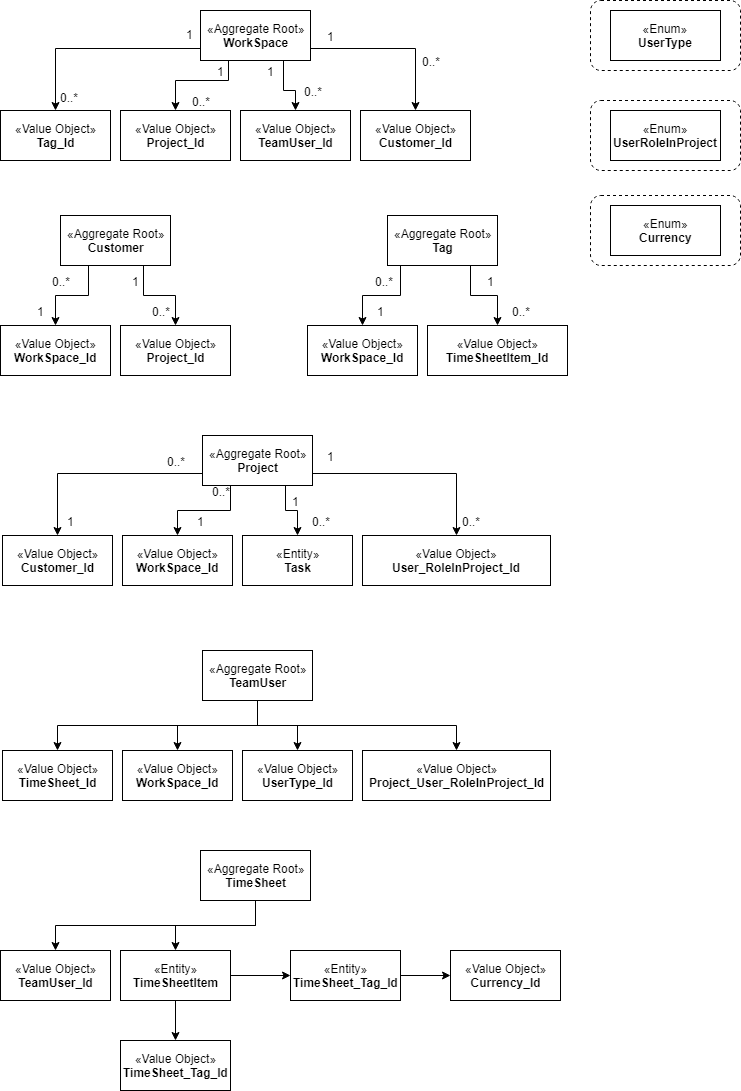
Before: docs/DomainModelByAggregates.png, a diagram exported from draw.io (emidiomorgia/dodder). Source tidied: cells renumbered, new cells last; positions are measured from the earlier drawing's top-left corner, leaving out a move shared by most shapes.
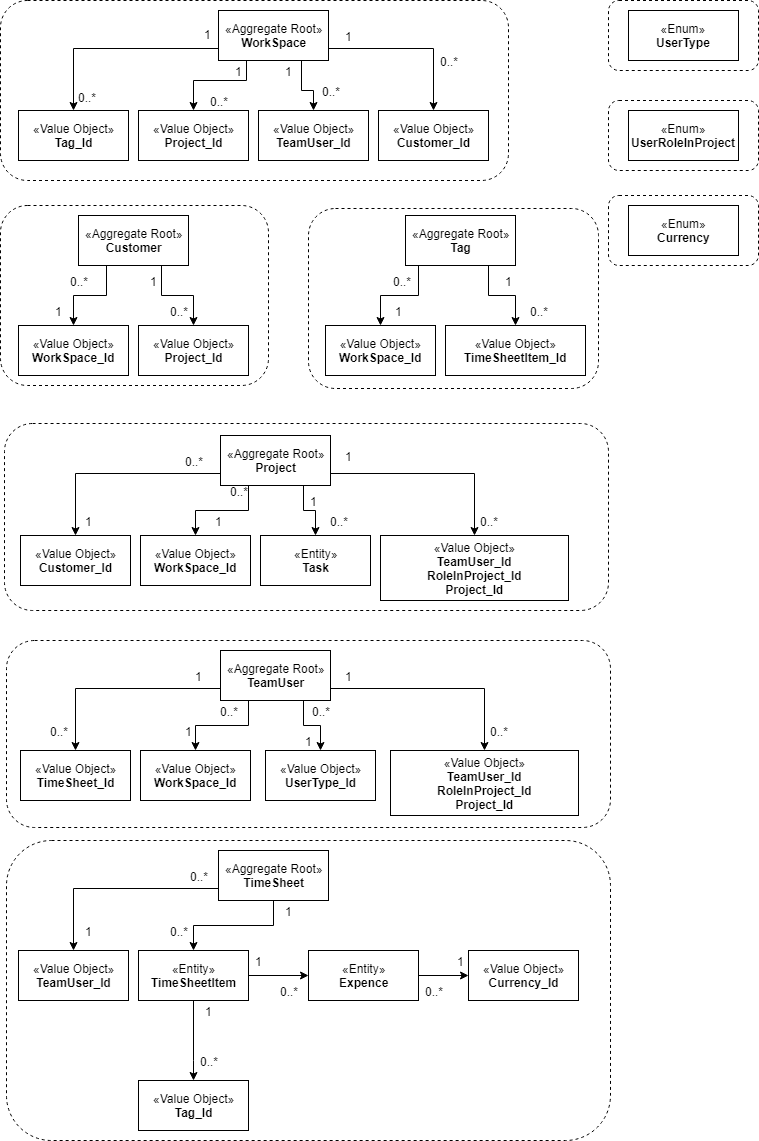
Above is the later version.

Diff of the diagram source:
```diff
@@ -193,8 +193,8 @@
     <mxCell id="44" value="«Value Object»&lt;br&gt;&lt;b&gt;WorkSpace_Id&lt;/b&gt;" style="html=1;" parent="1" vertex="1">
       <mxGeometry x="122" y="535" width="110" height="50" as="geometry" />
     </mxCell>
-    <mxCell id="45" value="«Value Object»&lt;br&gt;&lt;b&gt;User_RoleInProject_Id&lt;/b&gt;" style="html=1;" parent="1" vertex="1">
-      <mxGeometry x="362" y="535" width="188" height="50" as="geometry" />
+    <mxCell id="45" value="«Value Object»&lt;br&gt;&lt;b&gt;TeamUser_Id&lt;br&gt;RoleInProject_Id&lt;br&gt;Project_Id&lt;br&gt;&lt;/b&gt;" style="html=1;" parent="1" vertex="1">
+      <mxGeometry x="362" y="535" width="188" height="65" as="geometry" />
     </mxCell>
     <mxCell id="46" value="«Value Object»&lt;br&gt;&lt;b&gt;Customer_Id&lt;/b&gt;" style="html=1;" parent="1" vertex="1">
       <mxGeometry x="2" y="535" width="110" height="50" as="geometry" />
@@ -205,73 +205,115 @@
     <mxCell id="48" style="rounded=1;whiteSpace=wrap;html=1;fillColor=none;dashed=1;" parent="1" vertex="1">
       <mxGeometry x="590" y="100" width="150" height="70" as="geometry" />
     </mxCell>
-    <mxCell id="49" style="edgeStyle=orthogonalEdgeStyle;rounded=0;jettySize=auto;html=1;exitX=0.5;exitY=1;exitDx=0;exitDy=0;entryX=0.5;entryY=0;entryDx=0;entryDy=0;" parent="1" edge="1" source="53" target="57">
+    <mxCell id="49" style="edgeStyle=orthogonalEdgeStyle;rounded=0;jettySize=auto;html=1;exitX=0;exitY=0.75;exitDx=0;exitDy=0;entryX=0.5;entryY=0;entryDx=0;entryDy=0;" parent="1" edge="1" source="53" target="57">
       <mxGeometry relative="1" as="geometry" />
     </mxCell>
+    <mxCell id="80" value="1" style="text;html=1;align=center;verticalAlign=middle;labelBackgroundColor=#ffffff;" parent="49" vertex="1">
+      <mxGeometry x="-0.73" y="2" relative="1" as="geometry">
+        <mxPoint x="6" y="-15" as="offset" />
+      </mxGeometry>
+    </mxCell>
+    <mxCell id="81" value="0..*" style="text;html=1;align=center;verticalAlign=middle;labelBackgroundColor=#ffffff;" parent="49" vertex="1">
+      <mxGeometry x="0.4" y="16" relative="1" as="geometry">
+        <mxPoint x="-33" y="42" as="offset" />
+      </mxGeometry>
+    </mxCell>
-    <mxCell id="50" style="edgeStyle=orthogonalEdgeStyle;rounded=0;jettySize=auto;html=1;exitX=0.75;exitY=1;exitDx=0;exitDy=0;entryX=0.5;entryY=0;entryDx=0;entryDy=0;" parent="1" edge="1" source="53" target="55">
-      <mxGeometry relative="1" as="geometry">
-        <Array as="points">
-          <mxPoint x="257" y="700" />
-          <mxPoint x="257" y="725" />
-          <mxPoint x="177" y="725" />
-        </Array>
-      </mxGeometry>
+    <mxCell id="50" style="edgeStyle=orthogonalEdgeStyle;rounded=0;jettySize=auto;html=1;exitX=0.25;exitY=1;exitDx=0;exitDy=0;" parent="1" edge="1" source="53" target="55">
+      <mxGeometry relative="1" as="geometry" />
     </mxCell>
+    <mxCell id="82" value="1" style="text;html=1;align=center;verticalAlign=middle;labelBackgroundColor=#ffffff;" parent="50" vertex="1">
+      <mxGeometry x="0.34" y="-2" relative="1" as="geometry">
+        <mxPoint x="-16" y="7" as="offset" />
+      </mxGeometry>
+    </mxCell>
+    <mxCell id="83" value="0..*" style="text;html=1;align=center;verticalAlign=middle;labelBackgroundColor=#ffffff;" parent="50" vertex="1">
+      <mxGeometry x="-0.51" y="-13" relative="1" as="geometry">
+        <mxPoint x="-20" y="-2" as="offset" />
+      </mxGeometry>
+    </mxCell>
-    <mxCell id="51" style="edgeStyle=orthogonalEdgeStyle;rounded=0;jettySize=auto;html=1;exitX=0.5;exitY=1;exitDx=0;exitDy=0;entryX=0.5;entryY=0;entryDx=0;entryDy=0;" parent="1" edge="1" source="53" target="54">
+    <mxCell id="51" style="edgeStyle=orthogonalEdgeStyle;rounded=0;jettySize=auto;html=1;entryX=0.5;entryY=0;entryDx=0;entryDy=0;exitX=0.75;exitY=1;exitDx=0;exitDy=0;" parent="1" edge="1" source="53" target="54">
       <mxGeometry relative="1" as="geometry" />
     </mxCell>
-    <mxCell id="52" style="edgeStyle=orthogonalEdgeStyle;rounded=0;jettySize=auto;html=1;exitX=0.5;exitY=1;exitDx=0;exitDy=0;entryX=0.5;entryY=0;entryDx=0;entryDy=0;" parent="1" edge="1" source="53" target="56">
-      <mxGeometry relative="1" as="geometry" />
-    </mxCell>
+    <mxCell id="84" value="1" style="text;html=1;align=center;verticalAlign=middle;labelBackgroundColor=#ffffff;" parent="51" vertex="1">
+      <mxGeometry x="-0.79" y="-2" relative="1" as="geometry">
+        <mxPoint x="7" y="33" as="offset" />
+      </mxGeometry>
+    </mxCell>
+    <mxCell id="85" value="0..*" style="text;html=1;align=center;verticalAlign=middle;labelBackgroundColor=#ffffff;" parent="51" vertex="1">
+      <mxGeometry x="-0.69" y="2" relative="1" as="geometry">
+        <mxPoint x="15" as="offset" />
+      </mxGeometry>
+    </mxCell>
+    <mxCell id="86" style="edgeStyle=orthogonalEdgeStyle;rounded=0;jettySize=auto;html=1;exitX=1;exitY=0.75;exitDx=0;exitDy=0;entryX=0.5;entryY=0;entryDx=0;entryDy=0;" parent="1" edge="1" source="53" target="93">
+      <mxGeometry relative="1" as="geometry" />
+    </mxCell>
+    <mxCell id="87" value="1" style="text;html=1;align=center;verticalAlign=middle;labelBackgroundColor=#ffffff;" parent="86" vertex="1">
+      <mxGeometry x="-0.67" relative="1" as="geometry">
+        <mxPoint x="-18" y="-13" as="offset" />
+      </mxGeometry>
+    </mxCell>
+    <mxCell id="88" value="0..*" style="text;html=1;align=center;verticalAlign=middle;labelBackgroundColor=#ffffff;" parent="86" vertex="1">
+      <mxGeometry x="0.43" y="-18" relative="1" as="geometry">
+        <mxPoint x="32" y="42" as="offset" />
+      </mxGeometry>
+    </mxCell>
     <mxCell id="53" value="«Aggregate Root»&lt;br&gt;&lt;b&gt;TeamUser&lt;/b&gt;" style="html=1;" parent="1" vertex="1">
       <mxGeometry x="202" y="650" width="110" height="50" as="geometry" />
     </mxCell>
     <mxCell id="54" value="«Value Object»&lt;br&gt;&lt;b&gt;UserType_Id&lt;/b&gt;" style="html=1;" parent="1" vertex="1">
-      <mxGeometry x="242" y="750" width="110" height="50" as="geometry" />
+      <mxGeometry x="247" y="750" width="110" height="50" as="geometry" />
     </mxCell>
     <mxCell id="55" value="«Value Object»&lt;br&gt;&lt;b&gt;WorkSpace_Id&lt;/b&gt;" style="html=1;" parent="1" vertex="1">
       <mxGeometry x="122" y="750" width="110" height="50" as="geometry" />
     </mxCell>
-    <mxCell id="56" value="«Value Object»&lt;br&gt;&lt;b&gt;Project_User_RoleInProject_Id&lt;/b&gt;" style="html=1;" parent="1" vertex="1">
-      <mxGeometry x="362" y="750" width="188" height="50" as="geometry" />
-    </mxCell>
     <mxCell id="57" value="«Value Object»&lt;br&gt;&lt;b&gt;TimeSheet_Id&lt;/b&gt;" style="html=1;" parent="1" vertex="1">
       <mxGeometry x="2" y="750" width="110" height="50" as="geometry" />
     </mxCell>
+    <mxCell id="59" style="edgeStyle=orthogonalEdgeStyle;rounded=0;jettySize=auto;html=1;exitX=0.75;exitY=1;exitDx=0;exitDy=0;entryX=0.5;entryY=0;entryDx=0;entryDy=0;" parent="1" edge="1" source="60" target="63">
+      <mxGeometry relative="1" as="geometry">
+        <Array as="points">
+          <mxPoint x="255" y="900" />
+          <mxPoint x="255" y="925" />
+          <mxPoint x="175" y="925" />
+        </Array>
+      </mxGeometry>
+    </mxCell>
+    <mxCell id="89" value="1" style="text;html=1;align=center;verticalAlign=middle;labelBackgroundColor=#ffffff;" parent="59" vertex="1">
+      <mxGeometry x="0.33" y="-3" relative="1" as="geometry">
+        <mxPoint x="67" y="-12" as="offset" />
+      </mxGeometry>
+    </mxCell>
+    <mxCell id="90" value="0..*" style="text;html=1;align=center;verticalAlign=middle;labelBackgroundColor=#ffffff;" parent="59" vertex="1">
+      <mxGeometry x="0.41" y="2" relative="1" as="geometry">
+        <mxPoint x="-37" y="3" as="offset" />
+      </mxGeometry>
+    </mxCell>
-    <mxCell id="58" style="edgeStyle=orthogonalEdgeStyle;rounded=0;jettySize=auto;html=1;exitX=0.5;exitY=1;exitDx=0;exitDy=0;entryX=0.5;entryY=0;entryDx=0;entryDy=0;" parent="1" edge="1" source="60" target="64">
+    <mxCell id="58" style="edgeStyle=orthogonalEdgeStyle;rounded=0;jettySize=auto;html=1;exitX=0;exitY=0.75;exitDx=0;exitDy=0;entryX=0.5;entryY=0;entryDx=0;entryDy=0;" parent="1" edge="1" source="60" target="64">
       <mxGeometry relative="1" as="geometry" />
     </mxCell>
-    <mxCell id="59" style="edgeStyle=orthogonalEdgeStyle;rounded=0;jettySize=auto;html=1;exitX=0.75;exitY=1;exitDx=0;exitDy=0;entryX=0.5;entryY=0;entryDx=0;entryDy=0;" parent="1" edge="1" source="60" target="63">
-      <mxGeometry relative="1" as="geometry">
-        <Array as="points">
-          <mxPoint x="255" y="900" />
-          <mxPoint x="255" y="925" />
-          <mxPoint x="175" y="925" />
-        </Array>
-      </mxGeometry>
-    </mxCell>
+    <mxCell id="91" value="0..*" style="text;html=1;align=center;verticalAlign=middle;labelBackgroundColor=#ffffff;" parent="58" vertex="1">
+      <mxGeometry x="0.14" relative="1" as="geometry">
+        <mxPoint x="98" y="-13" as="offset" />
+      </mxGeometry>
+    </mxCell>
+    <mxCell id="92" value="1" style="text;html=1;align=center;verticalAlign=middle;labelBackgroundColor=#ffffff;" parent="58" vertex="1">
+      <mxGeometry x="-0.01" y="4" relative="1" as="geometry">
+        <mxPoint x="-28" y="38" as="offset" />
+      </mxGeometry>
+    </mxCell>
     <mxCell id="60" value="«Aggregate Root»&lt;br&gt;&lt;b&gt;TimeSheet&lt;/b&gt;" style="html=1;" parent="1" vertex="1">
       <mxGeometry x="200" y="850" width="110" height="50" as="geometry" />
     </mxCell>
-    <mxCell id="61" style="edgeStyle=orthogonalEdgeStyle;rounded=0;jettySize=auto;html=1;exitX=0.5;exitY=1;exitDx=0;exitDy=0;entryX=0.5;entryY=0;entryDx=0;entryDy=0;" parent="1" edge="1" source="63" target="65">
-      <mxGeometry relative="1" as="geometry" />
-    </mxCell>
-    <mxCell id="62" style="edgeStyle=orthogonalEdgeStyle;rounded=0;jettySize=auto;html=1;exitX=1;exitY=0.5;exitDx=0;exitDy=0;entryX=0;entryY=0.5;entryDx=0;entryDy=0;" parent="1" edge="1" source="63" target="67">
-      <mxGeometry relative="1" as="geometry" />
-    </mxCell>
     <mxCell id="63" value="«Entity»&lt;br&gt;&lt;b&gt;TimeSheetItem&lt;/b&gt;" style="html=1;" parent="1" vertex="1">
       <mxGeometry x="120" y="950" width="110" height="50" as="geometry" />
     </mxCell>
     <mxCell id="64" value="«Value Object»&lt;br&gt;&lt;b&gt;TeamUser_Id&lt;/b&gt;" style="html=1;" parent="1" vertex="1">
       <mxGeometry y="950" width="110" height="50" as="geometry" />
     </mxCell>
-    <mxCell id="65" value="«Value Object»&lt;br&gt;&lt;b&gt;TimeSheet_Tag_Id&lt;/b&gt;" style="html=1;" parent="1" vertex="1">
-      <mxGeometry x="120" y="1040" width="110" height="50" as="geometry" />
+    <mxCell id="65" value="«Value Object»&lt;br&gt;&lt;b&gt;Tag_Id&lt;/b&gt;" style="html=1;" parent="1" vertex="1">
+      <mxGeometry x="120" y="1080" width="110" height="50" as="geometry" />
     </mxCell>
-    <mxCell id="66" style="edgeStyle=orthogonalEdgeStyle;rounded=0;jettySize=auto;html=1;exitX=1;exitY=0.5;exitDx=0;exitDy=0;entryX=0;entryY=0.5;entryDx=0;entryDy=0;" parent="1" edge="1" source="67" target="68">
-      <mxGeometry relative="1" as="geometry" />
-    </mxCell>
-    <mxCell id="67" value="«Entity»&lt;br&gt;&lt;b&gt;TimeSheet_Tag_Id&lt;/b&gt;" style="html=1;" parent="1" vertex="1">
+    <mxCell id="67" value="«Entity»&lt;br&gt;&lt;b&gt;Expence&lt;/b&gt;" style="html=1;" parent="1" vertex="1">
       <mxGeometry x="290" y="950" width="110" height="50" as="geometry" />
     </mxCell>
     <mxCell id="68" value="«Value Object»&lt;br&gt;&lt;b&gt;Currency_Id&lt;/b&gt;" style="html=1;" parent="1" vertex="1">
@@ -331,5 +373,70 @@
         <mxPoint x="-15" y="11" as="offset" />
       </mxGeometry>
     </mxCell>
+    <mxCell id="93" value="«Value Object»&lt;br&gt;&lt;b&gt;TeamUser_Id&lt;br&gt;RoleInProject_Id&lt;br&gt;Project_Id&lt;br&gt;&lt;/b&gt;" style="html=1;" parent="1" vertex="1">
+      <mxGeometry x="372" y="750" width="188" height="65" as="geometry" />
+    </mxCell>
+    <mxCell id="61" style="edgeStyle=orthogonalEdgeStyle;rounded=0;jettySize=auto;html=1;exitX=0.5;exitY=1;exitDx=0;exitDy=0;entryX=0.5;entryY=0;entryDx=0;entryDy=0;" parent="1" edge="1" source="63" target="65">
+      <mxGeometry relative="1" as="geometry">
+        <Array as="points">
+          <mxPoint x="175" y="1060" />
+          <mxPoint x="175" y="1060" />
+        </Array>
+      </mxGeometry>
+    </mxCell>
+    <mxCell id="94" value="1" style="text;html=1;align=center;verticalAlign=middle;labelBackgroundColor=#ffffff;" parent="61" vertex="1">
+      <mxGeometry x="0.33" y="-3" relative="1" as="geometry">
+        <mxPoint x="18" y="-43" as="offset" />
+      </mxGeometry>
+    </mxCell>
+    <mxCell id="95" value="0..*" style="text;html=1;align=center;verticalAlign=middle;labelBackgroundColor=#ffffff;" parent="61" vertex="1">
+      <mxGeometry x="0.41" y="2" relative="1" as="geometry">
+        <mxPoint x="13" y="4" as="offset" />
+      </mxGeometry>
+    </mxCell>
+    <mxCell id="62" style="edgeStyle=orthogonalEdgeStyle;rounded=0;jettySize=auto;html=1;exitX=1;exitY=0.5;exitDx=0;exitDy=0;entryX=0;entryY=0.5;entryDx=0;entryDy=0;" parent="1" edge="1" source="63" target="67">
+      <mxGeometry relative="1" as="geometry" />
+    </mxCell>
+    <mxCell id="96" value="1" style="text;html=1;align=center;verticalAlign=middle;labelBackgroundColor=#ffffff;" parent="62" vertex="1">
+      <mxGeometry x="0.33" y="-3" relative="1" as="geometry">
+        <mxPoint x="-30" y="-18" as="offset" />
+      </mxGeometry>
+    </mxCell>
+    <mxCell id="97" value="0..*" style="text;html=1;align=center;verticalAlign=middle;labelBackgroundColor=#ffffff;" parent="62" vertex="1">
+      <mxGeometry x="0.41" y="2" relative="1" as="geometry">
+        <mxPoint x="-2" y="17" as="offset" />
+      </mxGeometry>
+    </mxCell>
+    <mxCell id="66" style="edgeStyle=orthogonalEdgeStyle;rounded=0;jettySize=auto;html=1;exitX=1;exitY=0.5;exitDx=0;exitDy=0;entryX=0;entryY=0.5;entryDx=0;entryDy=0;" parent="1" edge="1" source="67" target="68">
+      <mxGeometry relative="1" as="geometry" />
+    </mxCell>
+    <mxCell id="98" value="1" style="text;html=1;align=center;verticalAlign=middle;labelBackgroundColor=#ffffff;" parent="66" vertex="1">
+      <mxGeometry x="0.33" y="-3" relative="1" as="geometry">
+        <mxPoint x="9" y="-18" as="offset" />
+      </mxGeometry>
+    </mxCell>
+    <mxCell id="99" value="0..*" style="text;html=1;align=center;verticalAlign=middle;labelBackgroundColor=#ffffff;" parent="66" vertex="1">
+      <mxGeometry x="0.41" y="2" relative="1" as="geometry">
+        <mxPoint x="-20" y="17" as="offset" />
+      </mxGeometry>
+    </mxCell>
+    <mxCell id="100" style="rounded=1;whiteSpace=wrap;html=1;fillColor=none;dashed=1;" parent="1" vertex="1">
+      <mxGeometry x="-18" width="508" height="180" as="geometry" />
+    </mxCell>
+    <mxCell id="101" style="rounded=1;whiteSpace=wrap;html=1;fillColor=none;dashed=1;" parent="1" vertex="1">
+      <mxGeometry x="-18" y="205" width="268" height="180" as="geometry" />
+    </mxCell>
+    <mxCell id="102" style="rounded=1;whiteSpace=wrap;html=1;fillColor=none;dashed=1;" parent="1" vertex="1">
+      <mxGeometry x="290" y="208" width="290" height="180" as="geometry" />
+    </mxCell>
+    <mxCell id="103" style="rounded=1;whiteSpace=wrap;html=1;fillColor=none;dashed=1;" parent="1" vertex="1">
+      <mxGeometry x="-14" y="423" width="604" height="187" as="geometry" />
+    </mxCell>
+    <mxCell id="104" style="rounded=1;whiteSpace=wrap;html=1;fillColor=none;dashed=1;" parent="1" vertex="1">
+      <mxGeometry x="-12" y="640" width="604" height="187" as="geometry" />
+    </mxCell>
+    <mxCell id="105" style="rounded=1;whiteSpace=wrap;html=1;fillColor=none;dashed=1;" parent="1" vertex="1">
+      <mxGeometry x="-12" y="840" width="604" height="300" as="geometry" />
+    </mxCell>
   </root>
 </mxGraphModel>
```
